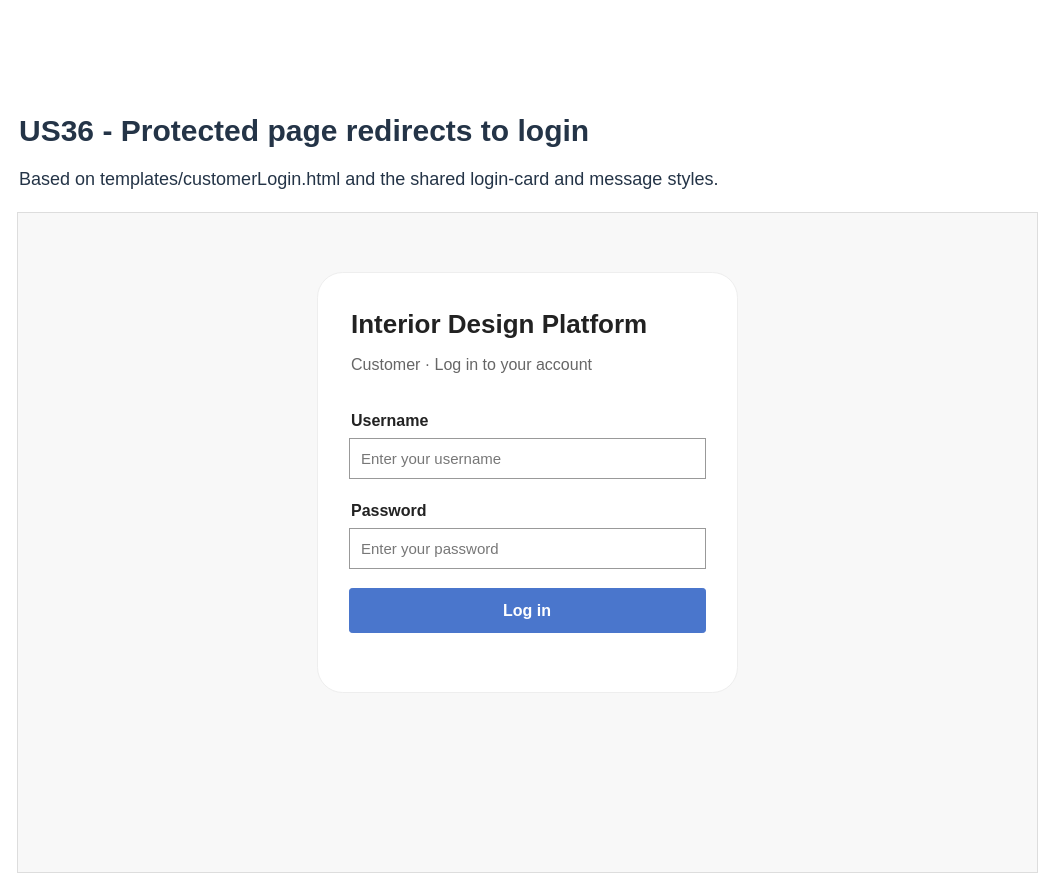
Hanzxc/CSIT314-ARCHSS keeps this draw.io diagram as page "4d Wireframe - Protected page after logout" (6 of 7) of Sprint_3/US36 - Customer Log Out/US36 Customer log out.drawio. Above is the earlier version. Source tidied: cells renumbered, new cells numbered last; positions are measured from the earlier drawing's top-left corner, leaving out a move shared by most shapes. Both pictures are drawn from the tidied source at 100%, with x=0, y=0 at pixel (17, 107).
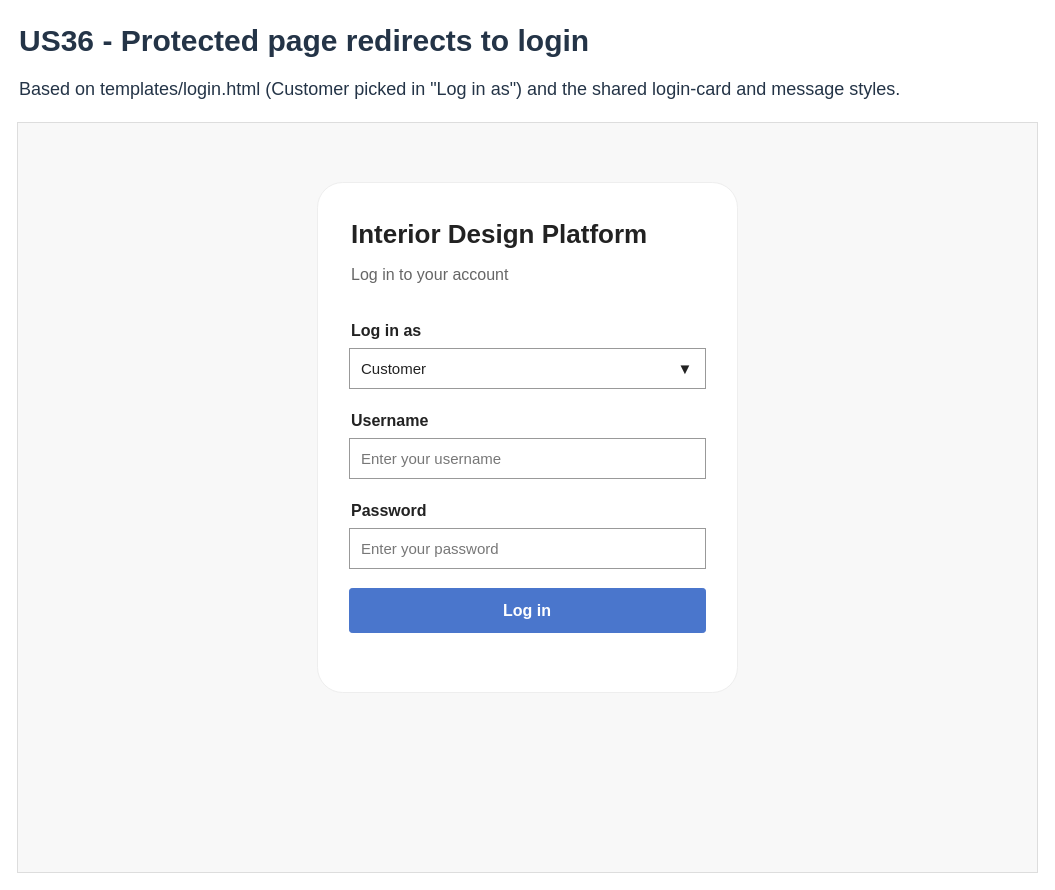
The same diagram, later.

The edit, as a diff of the source:
```diff
@@
 <mxGraphModel>
   <root>
     <mxCell id="0" />
     <mxCell id="1" parent="0" />
     <mxCell id="2" value="US36 - Protected page redirects to login" style="text;html=0;align=left;verticalAlign=middle;whiteSpace=wrap;fontSize=30;fontStyle=1;fontColor=#243447;" parent="1" vertex="1">
-      <mxGeometry width="1020" height="45" as="geometry" />
+      <mxGeometry y="-90" width="1020" height="45" as="geometry" />
     </mxCell>
-    <mxCell id="3" value="Based on templates/customerLogin.html and the shared login-card and message styles." style="text;html=0;align=left;verticalAlign=middle;whiteSpace=wrap;fontSize=18;fontStyle=0;fontColor=#243447;" parent="1" vertex="1">
-      <mxGeometry y="52" width="1020" height="40" as="geometry" />
+    <mxCell id="3" value="Based on templates/login.html (Customer picked in &quot;Log in as&quot;) and the shared login-card and message styles." style="text;html=0;align=left;verticalAlign=middle;whiteSpace=wrap;fontSize=18;fontStyle=0;fontColor=#243447;" parent="1" vertex="1">
+      <mxGeometry y="-38" width="1020" height="40" as="geometry" />
     </mxCell>
     <mxCell id="4" style="rounded=0;arcSize=6;html=0;fillColor=#f8f8f8;strokeColor=#ddd;" parent="1" vertex="1">
-      <mxGeometry y="105" width="1020" height="660" as="geometry" />
+      <mxGeometry y="15" width="1020" height="750" as="geometry" />
     </mxCell>
     <mxCell id="5" style="rounded=1;arcSize=6;html=0;fillColor=#fff;strokeColor=#eee;" parent="1" vertex="1">
-      <mxGeometry x="300" y="165" width="420" height="420" as="geometry" />
+      <mxGeometry x="300" y="75" width="420" height="510" as="geometry" />
     </mxCell>
     <mxCell id="6" value="Interior Design Platform" style="text;html=0;align=left;verticalAlign=middle;whiteSpace=wrap;fontSize=26;fontStyle=1;fontColor=#222;" parent="1" vertex="1">
-      <mxGeometry x="332" y="197" width="356" height="40" as="geometry" />
+      <mxGeometry x="332" y="107" width="356" height="40" as="geometry" />
     </mxCell>
-    <mxCell id="7" value="Customer · Log in to your account" style="text;html=0;align=left;verticalAlign=middle;whiteSpace=wrap;fontSize=16;fontStyle=0;fontColor=#666;" parent="1" vertex="1">
-      <mxGeometry x="332" y="242" width="356" height="30" as="geometry" />
+    <mxCell id="7" value="Log in to your account" style="text;html=0;align=left;verticalAlign=middle;whiteSpace=wrap;fontSize=16;fontStyle=0;fontColor=#666;" parent="1" vertex="1">
+      <mxGeometry x="332" y="152" width="356" height="30" as="geometry" />
     </mxCell>
     <mxCell id="8" value="Username" style="text;html=0;align=left;verticalAlign=middle;whiteSpace=wrap;fontSize=16;fontStyle=1;fontColor=#222;" parent="1" vertex="1">
       <mxGeometry x="332" y="300" width="356" height="25" as="geometry" />
     </mxCell>
     <mxCell id="9" style="rounded=0;arcSize=6;html=0;fillColor=#fff;strokeColor=#999;" parent="1" vertex="1">
       <mxGeometry x="332" y="331" width="356" height="40" as="geometry" />
     </mxCell>
     <mxCell id="10" value="Enter your username" style="text;html=0;align=left;verticalAlign=middle;whiteSpace=wrap;fontSize=15;fontStyle=0;fontColor=#777;" parent="1" vertex="1">
       <mxGeometry x="342" y="336" width="336" height="30" as="geometry" />
     </mxCell>
     <mxCell id="11" value="Password" style="text;html=0;align=left;verticalAlign=middle;whiteSpace=wrap;fontSize=16;fontStyle=1;fontColor=#222;" parent="1" vertex="1">
       <mxGeometry x="332" y="390" width="356" height="25" as="geometry" />
     </mxCell>
     <mxCell id="12" style="rounded=0;arcSize=6;html=0;fillColor=#fff;strokeColor=#999;" parent="1" vertex="1">
       <mxGeometry x="332" y="421" width="356" height="40" as="geometry" />
     </mxCell>
     <mxCell id="13" value="Enter your password" style="text;html=0;align=left;verticalAlign=middle;whiteSpace=wrap;fontSize=15;fontStyle=0;fontColor=#777;" parent="1" vertex="1">
       <mxGeometry x="342" y="426" width="336" height="30" as="geometry" />
     </mxCell>
     <mxCell id="14" style="rounded=1;arcSize=6;html=0;fillColor=#4a76cc;strokeColor=#4a76cc;" parent="1" vertex="1">
       <mxGeometry x="332" y="481" width="356" height="44" as="geometry" />
     </mxCell>
     <mxCell id="15" value="Log in" style="text;html=0;align=center;verticalAlign=middle;whiteSpace=wrap;fontSize=16;fontStyle=1;fontColor=#fff;" parent="1" vertex="1">
       <mxGeometry x="342" y="488" width="336" height="30" as="geometry" />
     </mxCell>
+    <mxCell id="16" value="Log in as" style="text;html=0;align=left;verticalAlign=middle;whiteSpace=wrap;fontSize=16;fontStyle=1;fontColor=#222;" parent="1" vertex="1">
+      <mxGeometry x="332" y="210" width="356" height="25" as="geometry" />
+    </mxCell>
+    <mxCell id="17" style="rounded=0;arcSize=6;html=0;fillColor=#fff;strokeColor=#999;" parent="1" vertex="1">
+      <mxGeometry x="332" y="241" width="356" height="40" as="geometry" />
+    </mxCell>
+    <mxCell id="18" value="Customer" style="text;html=0;align=left;verticalAlign=middle;whiteSpace=wrap;fontSize=15;fontStyle=0;fontColor=#222;" parent="1" vertex="1">
+      <mxGeometry x="342" y="246" width="336" height="30" as="geometry" />
+    </mxCell>
+    <mxCell id="19" value="▼" style="text;html=0;align=center;verticalAlign=middle;whiteSpace=wrap;fontSize=15;fontStyle=0;fontColor=#222;" parent="1" vertex="1">
+      <mxGeometry x="658" y="246" width="20" height="30" as="geometry" />
+    </mxCell>
   </root>
 </mxGraphModel>
```
